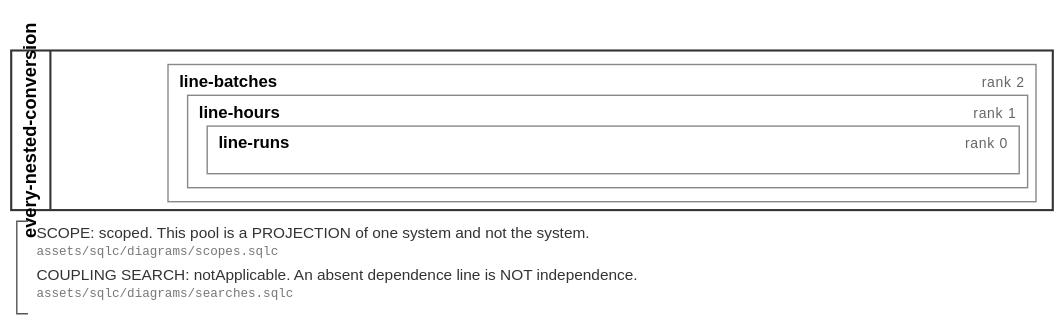
soulstompp/process-modulus keeps this BPMN diagram as assets/svg/filings/every-nested-conversion.svg. Above is the earlier version. Its source is kept beside it as assets/bpmn/filings/every-nested-conversion.bpmn. Ids are renumbered.
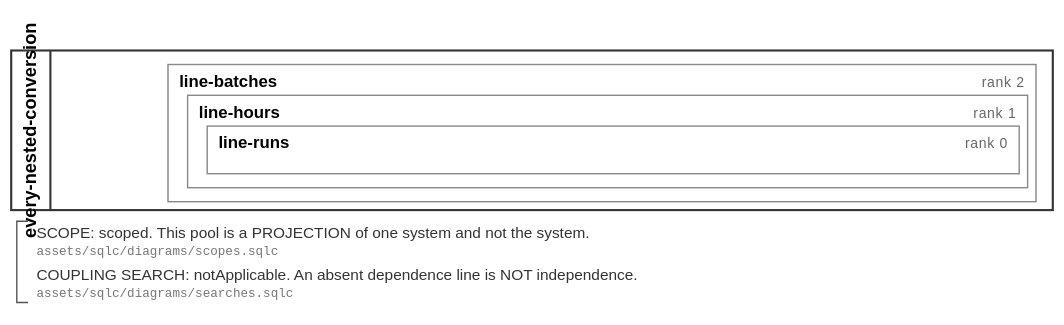
The same file after the commit.

Diff of the diagram source:
```diff
@@ -5,6 +5,7 @@
              xmlns:tns="urn:example:fixture:line-desk:every-nested-conversion"
              xmlns:bpmndi="http://www.omg.org/spec/BPMN/20100524/DI"
              xmlns:dc="http://www.omg.org/spec/DD/20100524/DC"
+             xmlns:di="http://www.omg.org/spec/DD/20100524/DI"
              targetNamespace="urn:example:fixture:line-desk:every-nested-conversion"
              id="defs_every-nested-conversion">
   <collaboration id="collab_every-nested-conversion">
@@ -50,6 +51,12 @@
       <bpmndi:BPMNShape id="shape_every-nested-conversion_lane_every-nested-conversion_line-runs" bpmnElement="tns:lane_every-nested-conversion_line-runs">
         <dc:Bounds x="148" y="90" width="580" height="34"/>
       </bpmndi:BPMNShape>
+      <bpmndi:BPMNShape id="shape_every-nested-conversion_note_every-nested-conversion_scope" bpmnElement="tns:note_every-nested-conversion_scope">
+        <dc:Bounds x="20" y="158" width="720" height="28"/>
+      </bpmndi:BPMNShape>
+      <bpmndi:BPMNShape id="shape_every-nested-conversion_note_every-nested-conversion_search" bpmnElement="tns:note_every-nested-conversion_search">
+        <dc:Bounds x="20" y="188" width="720" height="28"/>
+      </bpmndi:BPMNShape>
     </bpmndi:BPMNPlane>
   </bpmndi:BPMNDiagram>
 </definitions>
```
